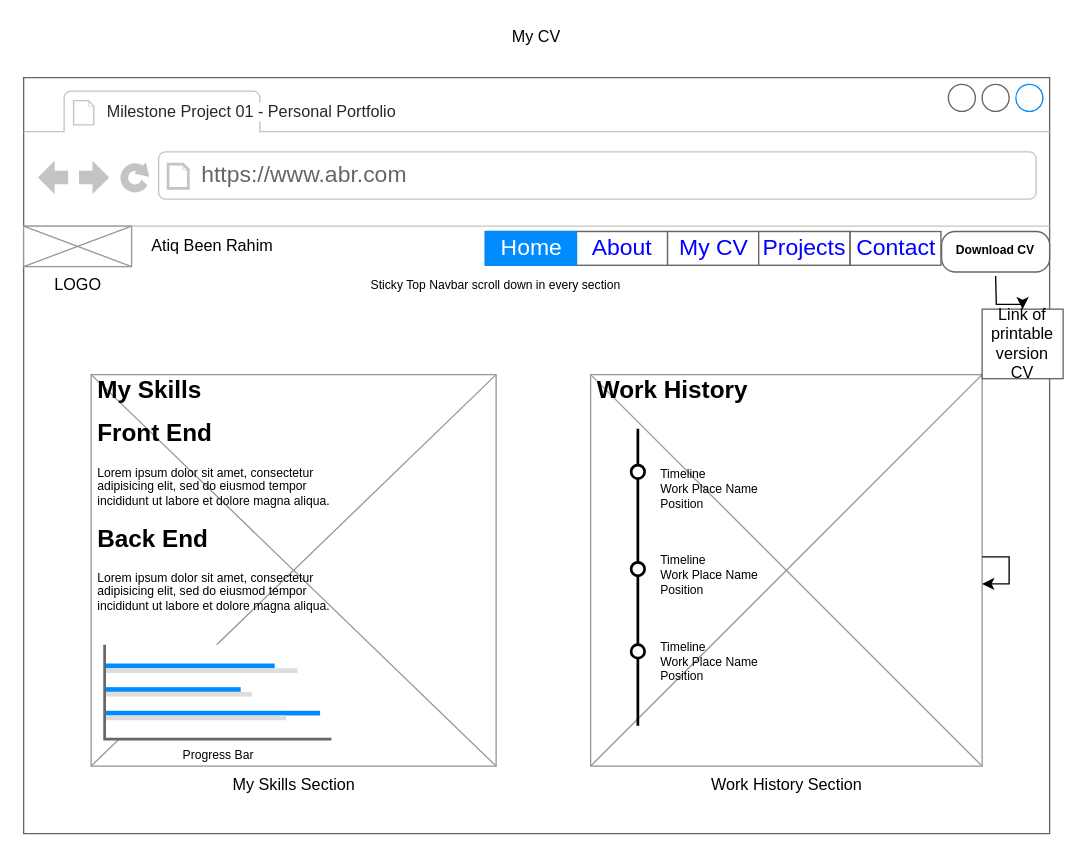
Code-Institute-Submissions/milestone-project-06 keeps this draw.io diagram as page "Page-3" (3 of 5) of assets/Untitled Diagram.drawio. Above is the earlier version. Source tidied: cells renumbered, new cells numbered last; positions are measured from the earlier drawing's top-left corner, leaving out a move shared by most shapes. Both pictures are drawn from the tidied source at 135%, with x=0, y=0 at pixel (23, 23).
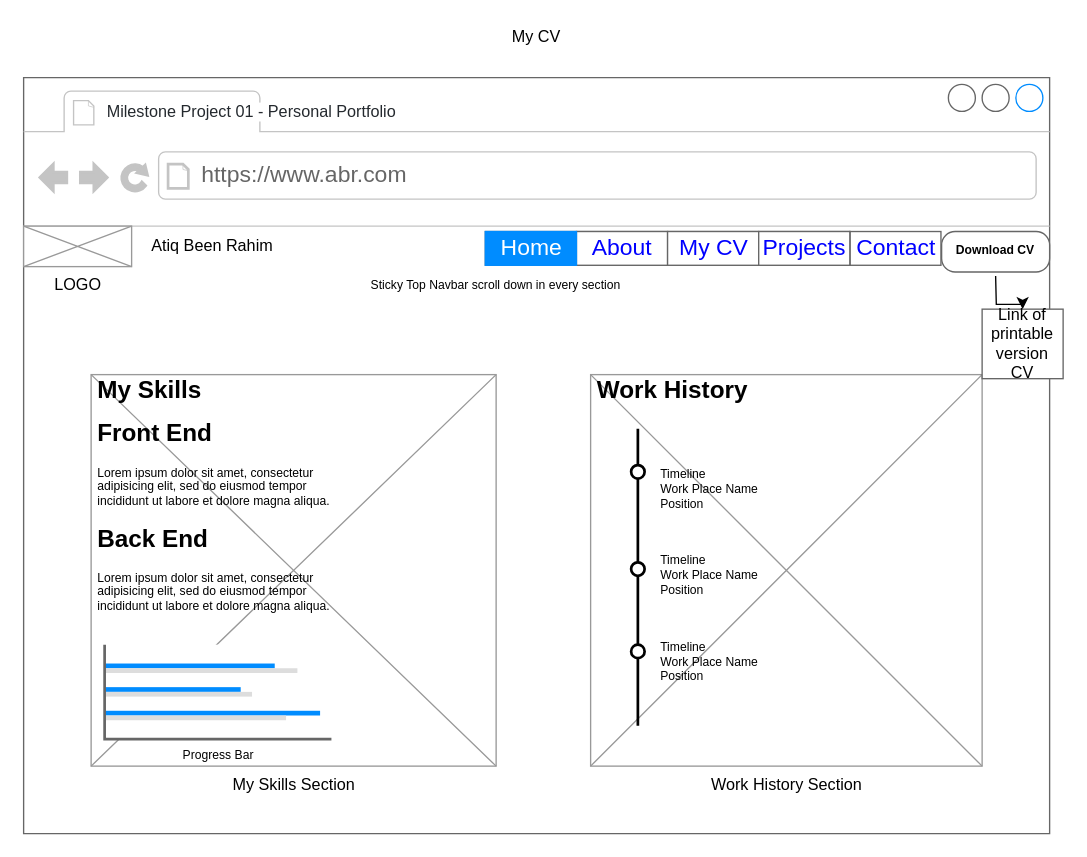
The same diagram, later.

Unchanged cells that the change refers to:
```xml
<mxCell id="2" style="strokeWidth=1;shadow=0;dashed=0;align=center;html=1;shape=mxgraph.mockup.containers.browserWindow;rSize=0;strokeColor=#666666;strokeColor2=#008cff;strokeColor3=#c4c4c4;mainText=,;" parent="1" vertex="1">
  <mxGeometry y="40" width="760" height="560" as="geometry" />
</mxCell>
<mxCell id="16" value="Work History Section" style="verticalLabelPosition=bottom;shadow=0;dashed=0;align=center;html=1;verticalAlign=top;strokeWidth=1;shape=mxgraph.mockup.graphics.simpleIcon;strokeColor=#999999;sketch=0;fillColor=#FFFFFF;" parent="2" vertex="1">
  <mxGeometry x="420" y="220" width="290" height="290" as="geometry" />
</mxCell>
```

The edit, as a diff of the source:
```diff
@@
-    <mxCell id="23" style="edgeStyle=orthogonalEdgeStyle;rounded=0;orthogonalLoop=1;jettySize=auto;html=1;fontSize=9;" parent="2" edge="1" source="16" target="16">
-      <mxGeometry relative="1" as="geometry" />
-    </mxCell>
```
